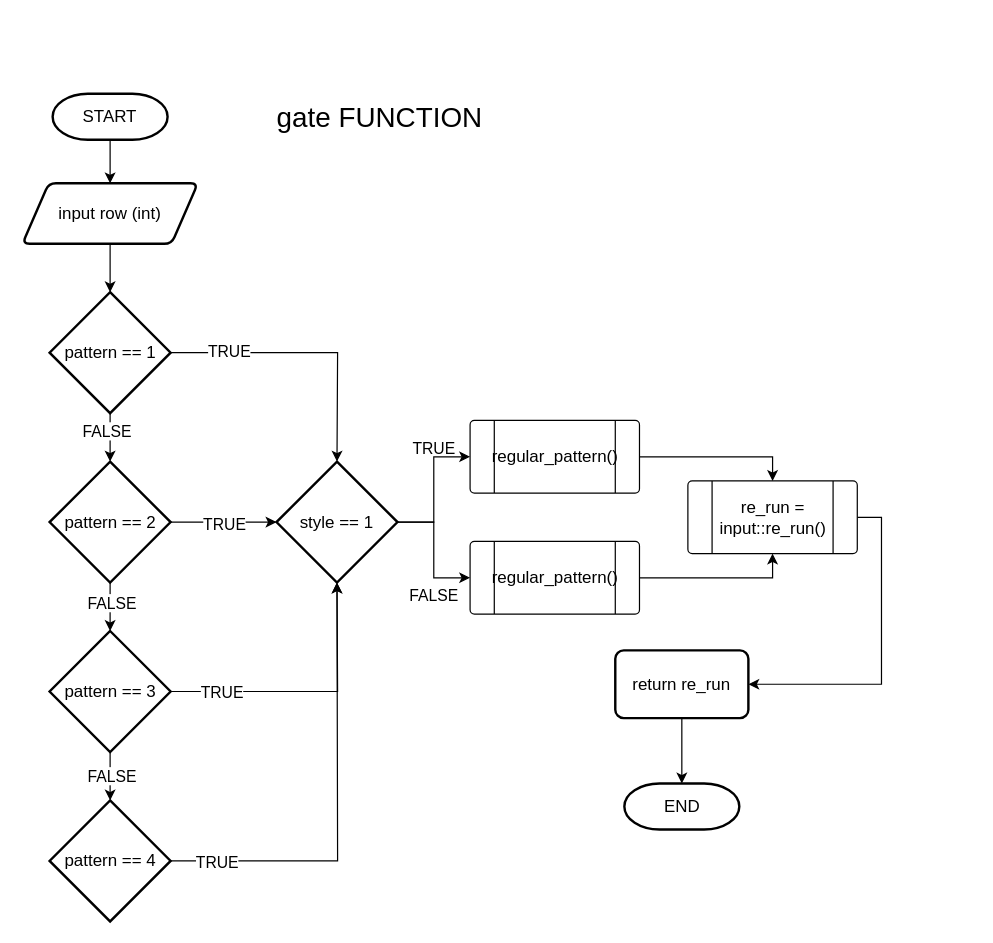
Earlier version of the draw.io diagram gate.drawio (HarisHerdiansyah/tugas-alprog). Source tidied: cells renumbered, new cells numbered last; positions are measured from the earlier drawing's top-left corner, leaving out a move shared by most shapes. Both pictures are drawn from the tidied source at 121%, with x=0, y=0 at pixel (22, 93).
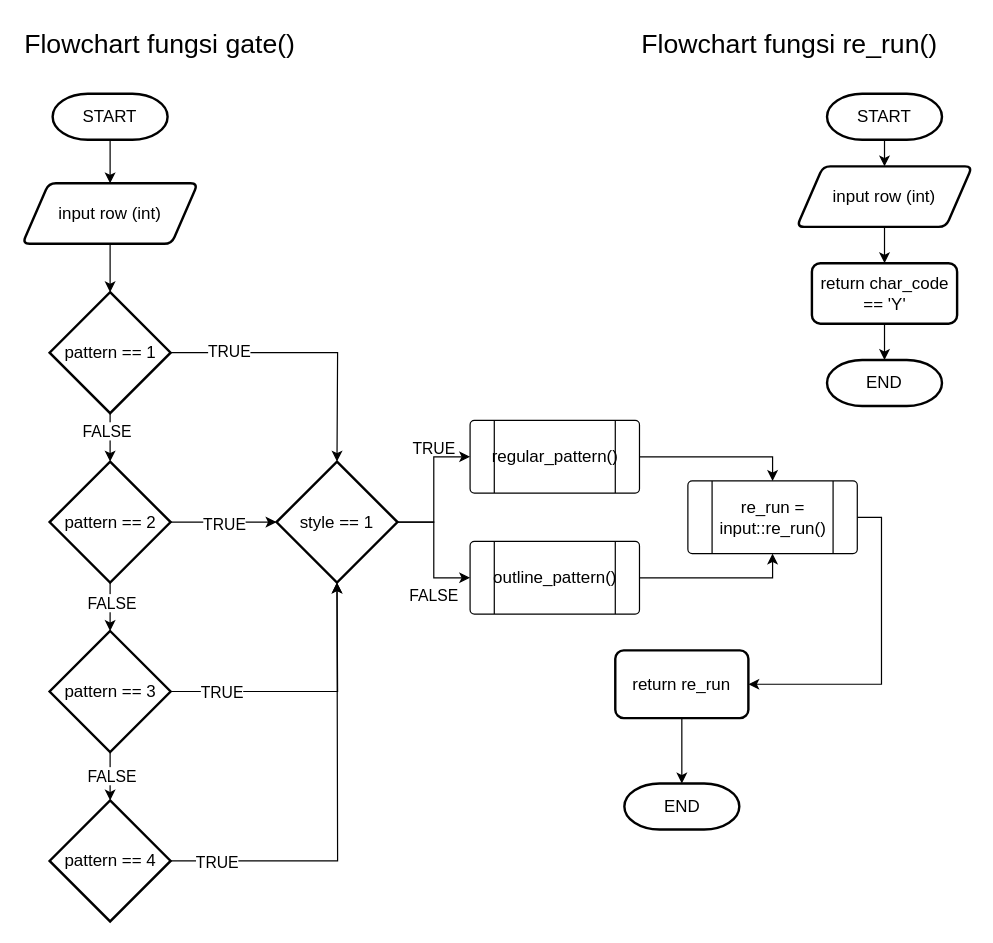
The same page after the edit.

Diff of the diagram source:
```diff
@@
-    <mxCell id="30" value="regular_pattern()" style="verticalLabelPosition=middle;verticalAlign=middle;html=1;shape=process;whiteSpace=wrap;rounded=1;size=0.14;arcSize=6;labelPosition=center;align=center;fontSize=14;" parent="1" vertex="1">
+    <mxCell id="30" value="outline_pattern()" style="verticalLabelPosition=middle;verticalAlign=middle;html=1;shape=process;whiteSpace=wrap;rounded=1;size=0.14;arcSize=6;labelPosition=center;align=center;fontSize=14;" parent="1" vertex="1">
       <mxGeometry x="370" y="370" width="140" height="60" as="geometry" />
     </mxCell>
@@
-    <mxCell id="38" value="&lt;font style=&quot;font-size: 23px;&quot;&gt;gate FUNCTION&lt;/font&gt;" style="text;html=1;align=center;verticalAlign=middle;strokeColor=none;fillColor=none;" parent="1" vertex="1">
-      <mxGeometry x="200" width="190" height="40" as="geometry" />
-    </mxCell>
+    <mxCell id="39" style="edgeStyle=orthogonalEdgeStyle;rounded=0;jettySize=auto;html=1;" parent="1" edge="1" source="40" target="42">
+      <mxGeometry relative="1" as="geometry" />
+    </mxCell>
+    <mxCell id="40" value="START" style="strokeWidth=2;html=1;shape=mxgraph.flowchart.terminator;whiteSpace=wrap;fontSize=14;labelBackgroundColor=none;" parent="1" vertex="1">
+      <mxGeometry x="665" width="95" height="38" as="geometry" />
+    </mxCell>
+    <mxCell id="41" style="edgeStyle=orthogonalEdgeStyle;rounded=0;jettySize=auto;html=1;" parent="1" edge="1" source="42" target="44">
+      <mxGeometry relative="1" as="geometry" />
+    </mxCell>
+    <mxCell id="42" value="input row (int)" style="shape=parallelogram;html=1;strokeWidth=2;perimeter=parallelogramPerimeter;whiteSpace=wrap;rounded=1;arcSize=12;size=0.15000000000000002;fontSize=14;" parent="1" vertex="1">
+      <mxGeometry x="640" y="60" width="145" height="50" as="geometry" />
+    </mxCell>
+    <mxCell id="43" style="edgeStyle=orthogonalEdgeStyle;rounded=0;jettySize=auto;html=1;" parent="1" edge="1" source="44" target="45">
+      <mxGeometry relative="1" as="geometry" />
+    </mxCell>
+    <mxCell id="44" value="return char_code == 'Y'" style="rounded=1;whiteSpace=wrap;html=1;absoluteArcSize=1;arcSize=14;strokeWidth=2;fontSize=14;" parent="1" vertex="1">
+      <mxGeometry x="652.5" y="140" width="120" height="50" as="geometry" />
+    </mxCell>
+    <mxCell id="45" value="END" style="strokeWidth=2;html=1;shape=mxgraph.flowchart.terminator;whiteSpace=wrap;fontSize=14;labelBackgroundColor=none;" parent="1" vertex="1">
+      <mxGeometry x="665" y="220" width="95" height="38" as="geometry" />
+    </mxCell>
+    <mxCell id="46" value="&lt;font style=&quot;font-size: 22px;&quot;&gt;Flowchart fungsi gate()&lt;/font&gt;" style="text;html=1;align=left;verticalAlign=middle;strokeColor=none;fillColor=none;" parent="1" vertex="1">
+      <mxGeometry y="-60" width="250" height="40" as="geometry" />
+    </mxCell>
+    <mxCell id="47" value="&lt;font style=&quot;font-size: 22px;&quot;&gt;Flowchart fungsi re_run()&lt;/font&gt;" style="text;html=1;align=left;verticalAlign=middle;strokeColor=none;fillColor=none;" parent="1" vertex="1">
+      <mxGeometry x="510" y="-60" width="270" height="40" as="geometry" />
+    </mxCell>
```
